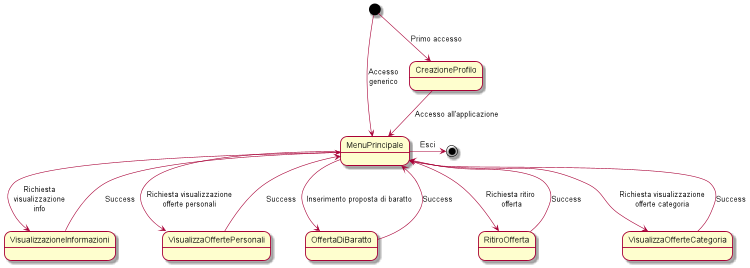
eletoo/inge_del_software keeps this PlantUML diagram as images/imagesV3/State Diagram Fruitore - Versione 3.0.png. Above is the earlier version. Source of this version:
```plantuml
@startuml
scale 750 width
[*] --> CreazioneProfilo : Primo accesso
CreazioneProfilo --> MenuPrincipale: Accesso all'applicazione
[*] --> MenuPrincipale: Accesso\ngenerico
MenuPrincipale --> VisualizzazioneInformazioni: Richiesta\nvisualizzazione\ninfo
VisualizzazioneInformazioni --> MenuPrincipale: Success
VisualizzaOffertePersonali --> MenuPrincipale: Success
MenuPrincipale --> VisualizzaOffertePersonali: Richiesta visualizzazione\nofferte personali
OffertaDiBaratto --> MenuPrincipale: Success
MenuPrincipale --> OffertaDiBaratto: Inserimento proposta di baratto
RitiroOfferta --> MenuPrincipale: Success
MenuPrincipale --> RitiroOfferta: Richiesta ritiro\n offerta
VisualizzaOfferteCategoria --> MenuPrincipale: Success
MenuPrincipale --> VisualizzaOfferteCategoria: Richiesta visualizzazione\nofferte categoria


MenuPrincipale -right-> [*]: Esci
@enduml
```
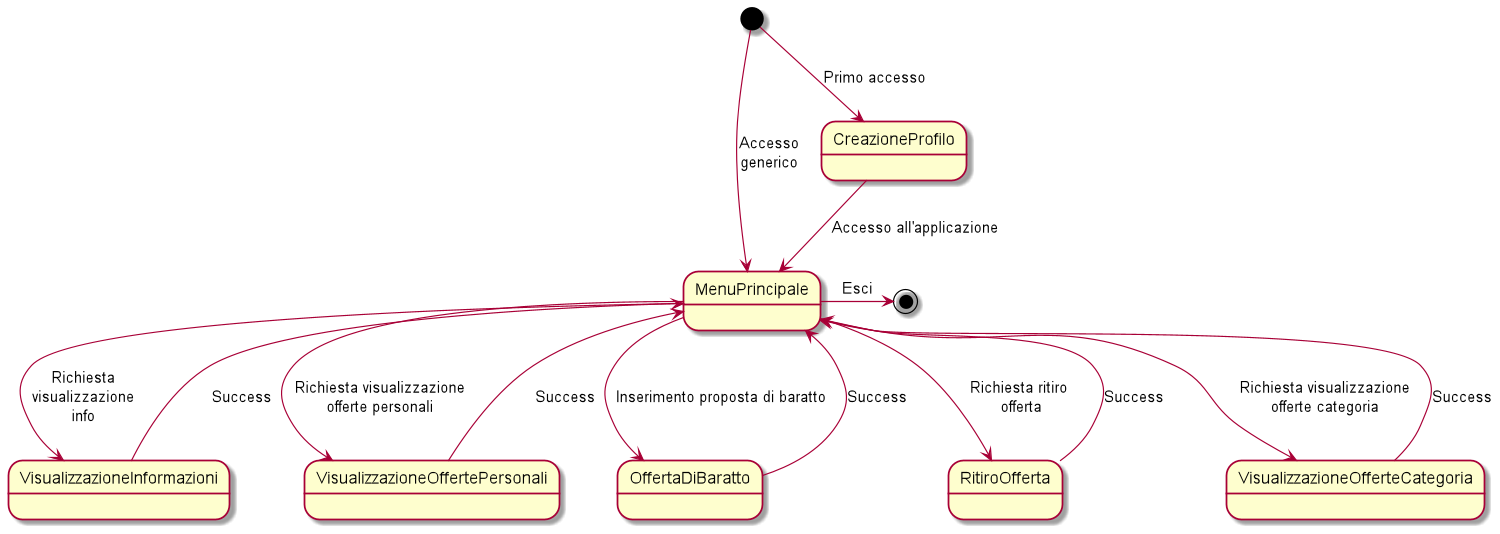
The same diagram one commit later.

What changed in the source:
```diff
@@ -1,18 +1,18 @@
 @startuml
-scale 750 width
+scale 1500 width
 [*] --> CreazioneProfilo : Primo accesso
 CreazioneProfilo --> MenuPrincipale: Accesso all'applicazione
 [*] --> MenuPrincipale: Accesso\ngenerico
 MenuPrincipale --> VisualizzazioneInformazioni: Richiesta\nvisualizzazione\ninfo
 VisualizzazioneInformazioni --> MenuPrincipale: Success
-VisualizzaOffertePersonali --> MenuPrincipale: Success
-MenuPrincipale --> VisualizzaOffertePersonali: Richiesta visualizzazione\nofferte personali
+VisualizzazioneOffertePersonali --> MenuPrincipale: Success
+MenuPrincipale --> VisualizzazioneOffertePersonali: Richiesta visualizzazione\nofferte personali
 OffertaDiBaratto --> MenuPrincipale: Success
 MenuPrincipale --> OffertaDiBaratto: Inserimento proposta di baratto
 RitiroOfferta --> MenuPrincipale: Success
 MenuPrincipale --> RitiroOfferta: Richiesta ritiro\n offerta
-VisualizzaOfferteCategoria --> MenuPrincipale: Success
-MenuPrincipale --> VisualizzaOfferteCategoria: Richiesta visualizzazione\nofferte categoria
+VisualizzazioneOfferteCategoria --> MenuPrincipale: Success
+MenuPrincipale --> VisualizzazioneOfferteCategoria: Richiesta visualizzazione\nofferte categoria
 
 
 MenuPrincipale -right-> [*]: Esci
```
